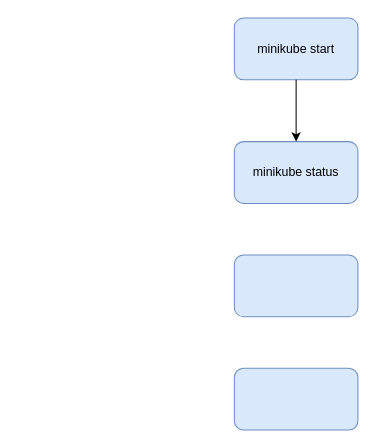
The draw.io diagram 1_Journey/1.5_DrawIo.grafana_automation.drawio in JPHardy/grafana-automation, before the edit. Source tidied: cells renumbered, new cells numbered last; positions are measured from the earlier drawing's top-left corner, leaving out a move shared by most shapes. Both pictures are drawn from the tidied source at 103%, with x=0, y=0 at pixel (234, 18).
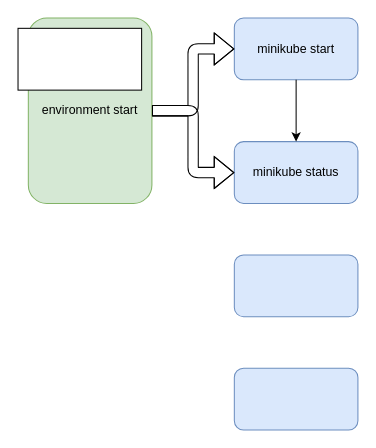
The same page after the edit.

Commit message:
updates with in the codespaces and diagram updates

The edit, as a diff of the source:
```diff
@@
 <mxGraphModel>
   <root>
     <mxCell id="0" />
     <mxCell id="1" parent="0" />
     <mxCell id="2" value="minikube start" style="rounded=1;whiteSpace=wrap;html=1;fillColor=#dae8fc;strokeColor=#6c8ebf;" parent="1" vertex="1">
       <mxGeometry width="120" height="60" as="geometry" />
     </mxCell>
     <mxCell id="3" value="minikube status" style="rounded=1;whiteSpace=wrap;html=1;fillColor=#dae8fc;strokeColor=#6c8ebf;" parent="1" vertex="1">
       <mxGeometry y="120" width="120" height="60" as="geometry" />
     </mxCell>
     <mxCell id="4" style="rounded=1;whiteSpace=wrap;html=1;fillColor=#dae8fc;strokeColor=#6c8ebf;" parent="1" vertex="1">
       <mxGeometry y="230" width="120" height="60" as="geometry" />
     </mxCell>
     <mxCell id="5" style="rounded=1;whiteSpace=wrap;html=1;fillColor=#dae8fc;strokeColor=#6c8ebf;" parent="1" vertex="1">
       <mxGeometry y="340" width="120" height="60" as="geometry" />
     </mxCell>
     <mxCell id="6" style="edgeStyle=orthogonalEdgeStyle;rounded=0;jettySize=auto;html=1;" parent="1" edge="1" source="2">
       <mxGeometry relative="1" as="geometry">
         <mxPoint x="60" y="120" as="targetPoint" />
       </mxGeometry>
     </mxCell>
+    <mxCell id="7" style="edgeStyle=orthogonalEdgeStyle;html=1;entryX=0;entryY=0.5;entryDx=0;entryDy=0;shape=flexArrow;" parent="1" edge="1" source="8" target="2">
+      <mxGeometry relative="1" as="geometry" />
+    </mxCell>
+    <mxCell id="8" value="environment start" style="rounded=1;whiteSpace=wrap;html=1;fillColor=#d5e8d4;strokeColor=#82b366;" parent="1" vertex="1">
+      <mxGeometry x="-200" width="120" height="180" as="geometry" />
+    </mxCell>
+    <mxCell id="9" style="edgeStyle=orthogonalEdgeStyle;html=1;shape=flexArrow;exitX=1;exitY=0.5;exitDx=0;exitDy=0;" parent="1" edge="1" source="8" target="3">
+      <mxGeometry relative="1" as="geometry" />
+    </mxCell>
+    <mxCell id="10" style="whiteSpace=wrap;html=1;" parent="1" vertex="1">
+      <mxGeometry x="-210" y="10" width="120" height="60" as="geometry" />
+    </mxCell>
   </root>
 </mxGraphModel>
```
